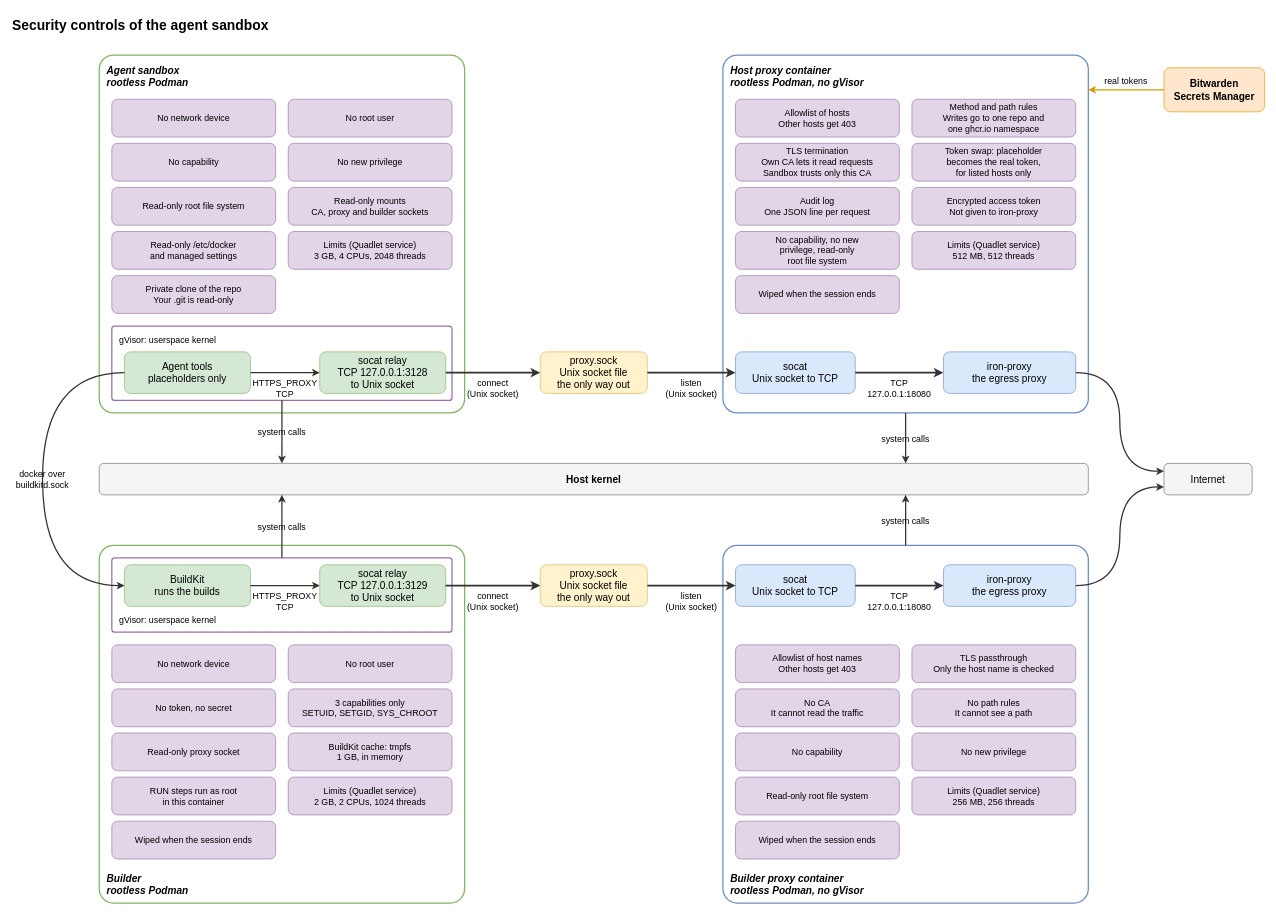
This is .sandbox/docs/diagrams/security-controls.drawio from raghav19/engineersdaybook, a draw.io file, before an edit. Source tidied: cells renumbered, new cells numbered last; positions are measured from the earlier drawing's top-left corner, leaving out a move shared by most shapes. Both pictures are drawn from the tidied source at 63%, with x=0, y=0 at pixel (11, 11).
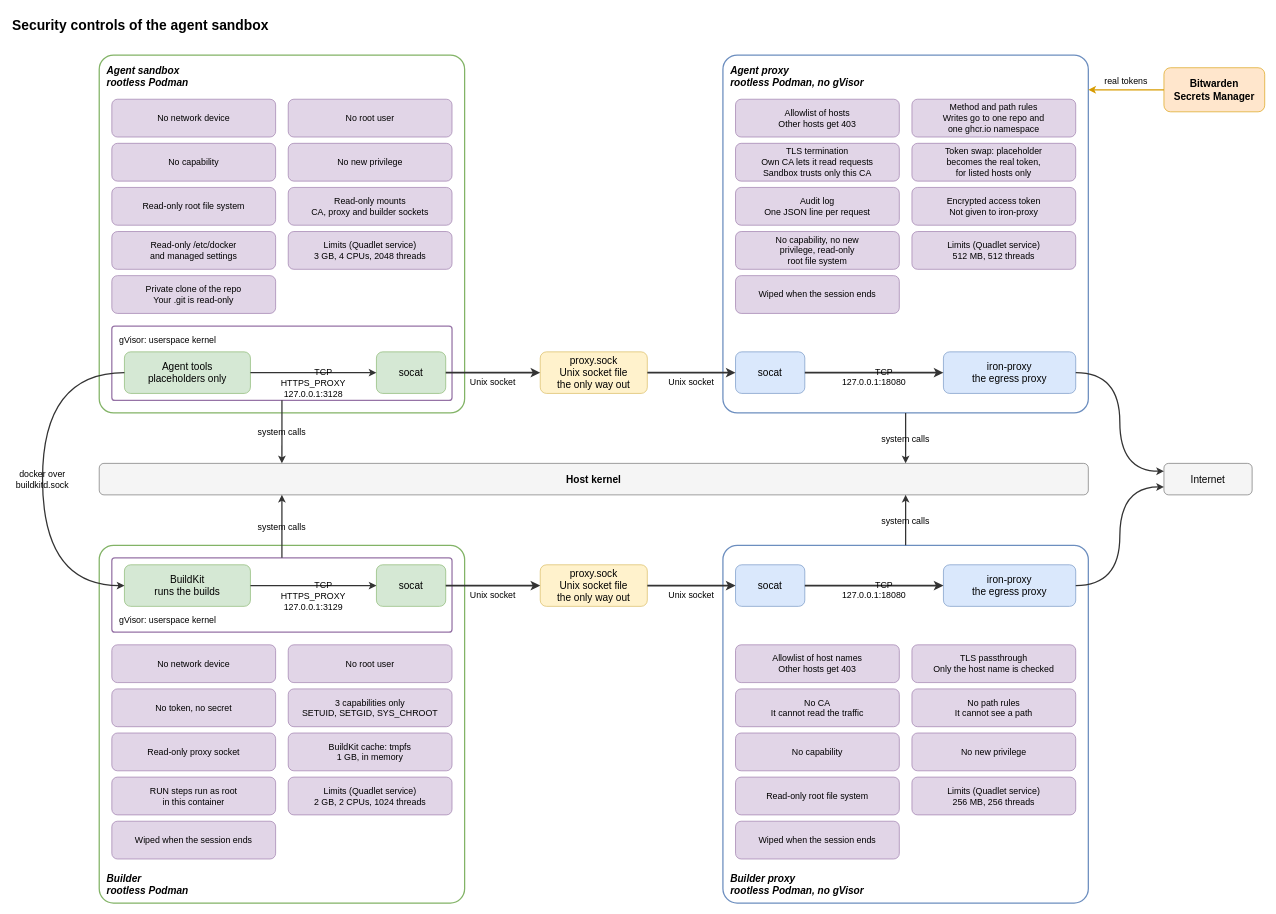
The same page after the edit.

Commit message (it also covers changes not shown here):
sandbox: clarify the TCP and Unix socket labels and rename the host proxy

Unchanged cells that the change refers to:
```xml
<mxCell id="14" value="iron-proxy&#10;the egress proxy" style="rounded=1;whiteSpace=wrap;html=0;fontSize=16;fillColor=#dae8fc;strokeColor=#6c8ebf;" parent="1" vertex="1">
  <mxGeometry x="1480" y="541" width="210" height="66" as="geometry" />
</mxCell>
<mxCell id="26" value="iron-proxy&#10;the egress proxy" style="rounded=1;whiteSpace=wrap;html=0;fontSize=16;fillColor=#dae8fc;strokeColor=#6c8ebf;" parent="1" vertex="1">
  <mxGeometry x="1480" y="879" width="210" height="66" as="geometry" />
</mxCell>
<mxCell id="38" value="Agent tools&#10;placeholders only" style="rounded=1;whiteSpace=wrap;html=0;fontSize=16;fillColor=#d5e8d4;strokeColor=#82b366;" parent="1" vertex="1">
  <mxGeometry x="180" y="541" width="200" height="66" as="geometry" />
</mxCell>
<mxCell id="51" value="BuildKit&#10;runs the builds" style="rounded=1;whiteSpace=wrap;html=0;fontSize=16;fillColor=#d5e8d4;strokeColor=#82b366;" parent="1" vertex="1">
  <mxGeometry x="180" y="879" width="200" height="66" as="geometry" />
</mxCell>
<mxCell id="53" value="proxy.sock&#10;Unix socket file&#10;the only way out" style="rounded=1;whiteSpace=wrap;html=0;fontSize=16;fillColor=#fff2cc;strokeColor=#d6b656;" parent="1" vertex="1">
  <mxGeometry x="840" y="541" width="170" height="66" as="geometry" />
</mxCell>
<mxCell id="54" value="proxy.sock&#10;Unix socket file&#10;the only way out" style="rounded=1;whiteSpace=wrap;html=0;fontSize=16;fillColor=#fff2cc;strokeColor=#d6b656;" parent="1" vertex="1">
  <mxGeometry x="840" y="879" width="170" height="66" as="geometry" />
</mxCell>
```

What changed in the source:
```diff
@@
-    <mxCell id="3" value="Host proxy container&#10;rootless Podman, no gVisor" style="rounded=1;arcSize=4;whiteSpace=wrap;html=0;fontSize=16;fillColor=#ffffff;strokeColor=#6c8ebf;strokeWidth=2;align=left;spacingLeft=10;fontStyle=3;verticalAlign=top;spacingTop=8;" parent="1" vertex="1">
+    <mxCell id="3" value="Agent proxy&#10;rootless Podman, no gVisor" style="rounded=1;arcSize=4;whiteSpace=wrap;html=0;fontSize=16;fillColor=#ffffff;strokeColor=#6c8ebf;strokeWidth=2;align=left;spacingLeft=10;fontStyle=3;verticalAlign=top;spacingTop=8;" parent="1" vertex="1">
       <mxGeometry x="1130" y="70" width="580" height="568" as="geometry" />
     </mxCell>
-    <mxCell id="4" value="socat&#10;Unix socket to TCP" style="rounded=1;whiteSpace=wrap;html=0;fontSize=16;fillColor=#dae8fc;strokeColor=#6c8ebf;" parent="1" vertex="1">
-      <mxGeometry x="1150" y="541" width="190" height="66" as="geometry" />
+    <mxCell id="4" value="socat" style="rounded=1;whiteSpace=wrap;html=0;fontSize=16;fillColor=#dae8fc;strokeColor=#6c8ebf;" parent="1" vertex="1">
+      <mxGeometry x="1150" y="541" width="110" height="66" as="geometry" />
     </mxCell>
@@
-    <mxCell id="15" value="Builder proxy container&#10;rootless Podman, no gVisor" style="rounded=1;arcSize=4;whiteSpace=wrap;html=0;fontSize=16;fillColor=#ffffff;strokeColor=#6c8ebf;strokeWidth=2;align=left;spacingLeft=10;fontStyle=3;verticalAlign=bottom;spacingBottom=8;" parent="1" vertex="1">
+    <mxCell id="15" value="Builder proxy&#10;rootless Podman, no gVisor" style="rounded=1;arcSize=4;whiteSpace=wrap;html=0;fontSize=16;fillColor=#ffffff;strokeColor=#6c8ebf;strokeWidth=2;align=left;spacingLeft=10;fontStyle=3;verticalAlign=bottom;spacingBottom=8;" parent="1" vertex="1">
       <mxGeometry x="1130" y="848" width="580" height="568" as="geometry" />
     </mxCell>
-    <mxCell id="16" value="socat&#10;Unix socket to TCP" style="rounded=1;whiteSpace=wrap;html=0;fontSize=16;fillColor=#dae8fc;strokeColor=#6c8ebf;" parent="1" vertex="1">
-      <mxGeometry x="1150" y="879" width="190" height="66" as="geometry" />
+    <mxCell id="16" value="socat" style="rounded=1;whiteSpace=wrap;html=0;fontSize=16;fillColor=#dae8fc;strokeColor=#6c8ebf;" parent="1" vertex="1">
+      <mxGeometry x="1150" y="879" width="110" height="66" as="geometry" />
     </mxCell>
@@
-    <mxCell id="39" value="socat relay&#10;TCP 127.0.0.1:3128&#10;to Unix socket" style="rounded=1;whiteSpace=wrap;html=0;fontSize=16;fillColor=#d5e8d4;strokeColor=#82b366;" parent="1" vertex="1">
-      <mxGeometry x="490" y="541" width="200" height="66" as="geometry" />
+    <mxCell id="39" value="socat" style="rounded=1;whiteSpace=wrap;html=0;fontSize=16;fillColor=#d5e8d4;strokeColor=#82b366;" parent="1" vertex="1">
+      <mxGeometry x="580" y="541" width="110" height="66" as="geometry" />
     </mxCell>
@@
-    <mxCell id="52" value="socat relay&#10;TCP 127.0.0.1:3129&#10;to Unix socket" style="rounded=1;whiteSpace=wrap;html=0;fontSize=16;fillColor=#d5e8d4;strokeColor=#82b366;" parent="1" vertex="1">
-      <mxGeometry x="490" y="879" width="200" height="66" as="geometry" />
+    <mxCell id="52" value="socat" style="rounded=1;whiteSpace=wrap;html=0;fontSize=16;fillColor=#d5e8d4;strokeColor=#82b366;" parent="1" vertex="1">
+      <mxGeometry x="580" y="879" width="110" height="66" as="geometry" />
     </mxCell>
@@
-    <mxCell id="58" value="HTTPS_PROXY&#10;TCP" style="edgeStyle=orthogonalEdgeStyle;rounded=1;curved=1;html=0;labelBackgroundColor=none;defaultLabelBackgroundColor=gap;fontSize=14;strokeWidth=2;strokeColor=#333333;exitX=1;exitY=0.5;exitDx=0;exitDy=0;entryX=0;entryY=0.5;entryDx=0;entryDy=0;" parent="1" edge="1" source="38" target="39">
+    <mxCell id="58" value="HTTPS_PROXY&#10;127.0.0.1:3128" style="edgeStyle=orthogonalEdgeStyle;rounded=1;curved=1;html=0;labelBackgroundColor=none;defaultLabelBackgroundColor=gap;fontSize=14;strokeWidth=2;strokeColor=#333333;exitX=1;exitY=0.5;exitDx=0;exitDy=0;entryX=0;entryY=0.5;entryDx=0;entryDy=0;" parent="1" edge="1" source="38" target="39">
       <mxGeometry y="-24" relative="1" as="geometry" />
     </mxCell>
-    <mxCell id="59" value="connect&#10;(Unix socket)" style="edgeStyle=orthogonalEdgeStyle;rounded=1;curved=1;html=0;labelBackgroundColor=none;defaultLabelBackgroundColor=gap;fontSize=14;strokeWidth=3;strokeColor=#333333;exitX=1;exitY=0.5;exitDx=0;exitDy=0;entryX=0;entryY=0.5;entryDx=0;entryDy=0;" parent="1" edge="1" source="39" target="53">
-      <mxGeometry y="-24" relative="1" as="geometry" />
+    <mxCell id="59" value="Unix socket" style="edgeStyle=orthogonalEdgeStyle;rounded=1;curved=1;html=0;labelBackgroundColor=none;defaultLabelBackgroundColor=gap;fontSize=14;strokeWidth=3;strokeColor=#333333;exitX=1;exitY=0.5;exitDx=0;exitDy=0;entryX=0;entryY=0.5;entryDx=0;entryDy=0;" parent="1" edge="1" source="39" target="53">
+      <mxGeometry y="-14" relative="1" as="geometry" />
     </mxCell>
-    <mxCell id="60" value="listen&#10;(Unix socket)" style="edgeStyle=orthogonalEdgeStyle;rounded=1;curved=1;html=0;labelBackgroundColor=none;defaultLabelBackgroundColor=gap;fontSize=14;strokeWidth=3;strokeColor=#333333;exitX=1;exitY=0.5;exitDx=0;exitDy=0;entryX=0;entryY=0.5;entryDx=0;entryDy=0;" parent="1" edge="1" source="53" target="4">
-      <mxGeometry y="-24" relative="1" as="geometry" />
+    <mxCell id="60" value="Unix socket" style="edgeStyle=orthogonalEdgeStyle;rounded=1;curved=1;html=0;labelBackgroundColor=none;defaultLabelBackgroundColor=gap;fontSize=14;strokeWidth=3;strokeColor=#333333;exitX=1;exitY=0.5;exitDx=0;exitDy=0;entryX=0;entryY=0.5;entryDx=0;entryDy=0;" parent="1" edge="1" source="53" target="4">
+      <mxGeometry y="-14" relative="1" as="geometry" />
     </mxCell>
-    <mxCell id="61" value="TCP&#10;127.0.0.1:18080" style="edgeStyle=orthogonalEdgeStyle;rounded=1;curved=1;html=0;labelBackgroundColor=none;defaultLabelBackgroundColor=gap;fontSize=14;strokeWidth=3;strokeColor=#333333;exitX=1;exitY=0.5;exitDx=0;exitDy=0;entryX=0;entryY=0.5;entryDx=0;entryDy=0;" parent="1" edge="1" source="4" target="14">
-      <mxGeometry y="-24" relative="1" as="geometry" />
+    <mxCell id="61" value="127.0.0.1:18080" style="edgeStyle=orthogonalEdgeStyle;rounded=1;curved=1;html=0;labelBackgroundColor=none;defaultLabelBackgroundColor=gap;fontSize=14;strokeWidth=3;strokeColor=#333333;exitX=1;exitY=0.5;exitDx=0;exitDy=0;entryX=0;entryY=0.5;entryDx=0;entryDy=0;" parent="1" edge="1" source="4" target="14">
+      <mxGeometry y="-14" relative="1" as="geometry" />
     </mxCell>
@@
-    <mxCell id="64" value="HTTPS_PROXY&#10;TCP" style="edgeStyle=orthogonalEdgeStyle;rounded=1;curved=1;html=0;labelBackgroundColor=none;defaultLabelBackgroundColor=gap;fontSize=14;strokeWidth=2;strokeColor=#333333;exitX=1;exitY=0.5;exitDx=0;exitDy=0;entryX=0;entryY=0.5;entryDx=0;entryDy=0;" parent="1" edge="1" source="51" target="52">
+    <mxCell id="64" value="HTTPS_PROXY&#10;127.0.0.1:3129" style="edgeStyle=orthogonalEdgeStyle;rounded=1;curved=1;html=0;labelBackgroundColor=none;defaultLabelBackgroundColor=gap;fontSize=14;strokeWidth=2;strokeColor=#333333;exitX=1;exitY=0.5;exitDx=0;exitDy=0;entryX=0;entryY=0.5;entryDx=0;entryDy=0;" parent="1" edge="1" source="51" target="52">
       <mxGeometry y="-24" relative="1" as="geometry" />
     </mxCell>
-    <mxCell id="65" value="connect&#10;(Unix socket)" style="edgeStyle=orthogonalEdgeStyle;rounded=1;curved=1;html=0;labelBackgroundColor=none;defaultLabelBackgroundColor=gap;fontSize=14;strokeWidth=3;strokeColor=#333333;exitX=1;exitY=0.5;exitDx=0;exitDy=0;entryX=0;entryY=0.5;entryDx=0;entryDy=0;" parent="1" edge="1" source="52" target="54">
-      <mxGeometry y="-24" relative="1" as="geometry" />
+    <mxCell id="65" value="Unix socket" style="edgeStyle=orthogonalEdgeStyle;rounded=1;curved=1;html=0;labelBackgroundColor=none;defaultLabelBackgroundColor=gap;fontSize=14;strokeWidth=3;strokeColor=#333333;exitX=1;exitY=0.5;exitDx=0;exitDy=0;entryX=0;entryY=0.5;entryDx=0;entryDy=0;" parent="1" edge="1" source="52" target="54">
+      <mxGeometry y="-14" relative="1" as="geometry" />
     </mxCell>
-    <mxCell id="66" value="listen&#10;(Unix socket)" style="edgeStyle=orthogonalEdgeStyle;rounded=1;curved=1;html=0;labelBackgroundColor=none;defaultLabelBackgroundColor=gap;fontSize=14;strokeWidth=3;strokeColor=#333333;exitX=1;exitY=0.5;exitDx=0;exitDy=0;entryX=0;entryY=0.5;entryDx=0;entryDy=0;" parent="1" edge="1" source="54" target="16">
-      <mxGeometry y="-24" relative="1" as="geometry" />
+    <mxCell id="66" value="Unix socket" style="edgeStyle=orthogonalEdgeStyle;rounded=1;curved=1;html=0;labelBackgroundColor=none;defaultLabelBackgroundColor=gap;fontSize=14;strokeWidth=3;strokeColor=#333333;exitX=1;exitY=0.5;exitDx=0;exitDy=0;entryX=0;entryY=0.5;entryDx=0;entryDy=0;" parent="1" edge="1" source="54" target="16">
+      <mxGeometry y="-14" relative="1" as="geometry" />
     </mxCell>
-    <mxCell id="67" value="TCP&#10;127.0.0.1:18080" style="edgeStyle=orthogonalEdgeStyle;rounded=1;curved=1;html=0;labelBackgroundColor=none;defaultLabelBackgroundColor=gap;fontSize=14;strokeWidth=3;strokeColor=#333333;exitX=1;exitY=0.5;exitDx=0;exitDy=0;entryX=0;entryY=0.5;entryDx=0;entryDy=0;" parent="1" edge="1" source="16" target="26">
-      <mxGeometry y="-24" relative="1" as="geometry" />
+    <mxCell id="67" value="127.0.0.1:18080" style="edgeStyle=orthogonalEdgeStyle;rounded=1;curved=1;html=0;labelBackgroundColor=none;defaultLabelBackgroundColor=gap;fontSize=14;strokeWidth=3;strokeColor=#333333;exitX=1;exitY=0.5;exitDx=0;exitDy=0;entryX=0;entryY=0.5;entryDx=0;entryDy=0;" parent="1" edge="1" source="16" target="26">
+      <mxGeometry y="-14" relative="1" as="geometry" />
     </mxCell>
@@
+    <mxCell id="74" value="TCP" style="edgeLabel;html=0;fontSize=14;labelBackgroundColor=none;" parent="58" vertex="1">
+      <mxGeometry y="16" relative="1" as="geometry" />
+    </mxCell>
+    <mxCell id="75" value="TCP" style="edgeLabel;html=0;fontSize=14;labelBackgroundColor=none;" parent="61" vertex="1">
+      <mxGeometry y="16" relative="1" as="geometry" />
+    </mxCell>
+    <mxCell id="76" value="TCP" style="edgeLabel;html=0;fontSize=14;labelBackgroundColor=none;" parent="64" vertex="1">
+      <mxGeometry y="16" relative="1" as="geometry" />
+    </mxCell>
+    <mxCell id="77" value="TCP" style="edgeLabel;html=0;fontSize=14;labelBackgroundColor=none;" parent="67" vertex="1">
+      <mxGeometry y="16" relative="1" as="geometry" />
+    </mxCell>
```
